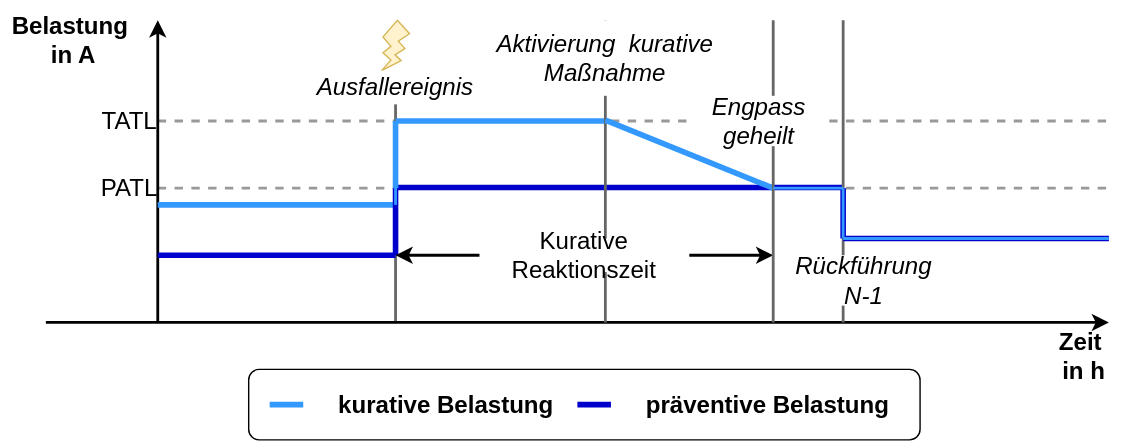
This is figures/chapter_2/preventiv_vs._curative_redispatch.svg from nikolaus0812/Masterarbeit-Ausgestaltung-eines-Marktmechanismus-fuer-kurative-Systemfuehrung-zur-Engpassbehebung, a draw.io export, as it was before one commit. Source tidied: cells renumbered, new cells last; positions are measured from the earlier drawing's top-left corner, leaving out a move shared by most shapes.
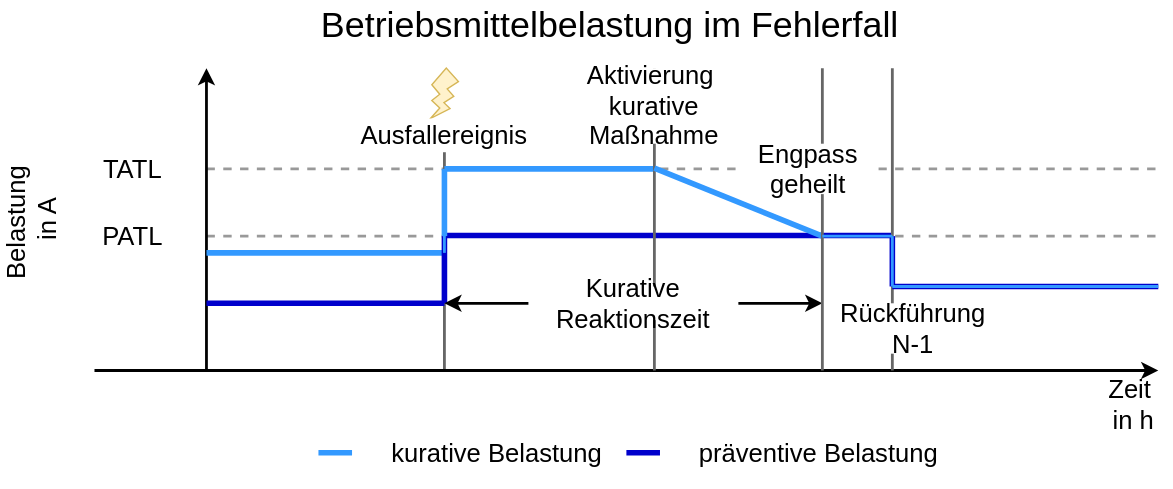
The same file after the commit.

The edit, as a diff of the source:
```diff
@@ -2,135 +2,135 @@
   <root>
     <mxCell id="0" />
     <mxCell id="1" parent="0" />
-    <mxCell id="2" style="rounded=1;whiteSpace=wrap;html=1;" parent="1" vertex="1">
+    <mxCell id="2" style="fillColor=none;strokeColor=none;rounded=1;whiteSpace=wrap;html=1;fontFamily=Helvetica;" parent="1" vertex="1">
       <mxGeometry x="177" y="263.6" width="480" height="50.4" as="geometry" />
     </mxCell>
-    <mxCell id="3" style="endArrow=none;rounded=0;dashed=1;strokeColor=#999999;shadow=0;strokeWidth=2;entryX=1;entryY=0.5;entryDx=0;entryDy=0;" parent="1" edge="1" target="36">
+    <mxCell id="3" style="endArrow=none;rounded=0;dashed=1;strokeColor=#999999;shadow=0;strokeWidth=2;entryX=1;entryY=0.5;entryDx=0;entryDy=0;fontFamily=Helvetica;" parent="1" edge="1" target="36">
       <mxGeometry relative="1" as="geometry">
         <mxPoint x="112" y="86" as="sourcePoint" />
       </mxGeometry>
     </mxCell>
-    <mxCell id="4" style="endArrow=none;rounded=0;fillColor=#f8cecc;strokeColor=#666666;strokeWidth=2;" parent="1" edge="1" target="34">
+    <mxCell id="4" style="endArrow=none;rounded=0;fillColor=#f8cecc;strokeColor=#666666;strokeWidth=2;fontFamily=Helvetica;" parent="1" edge="1" target="34">
       <mxGeometry relative="1" as="geometry">
         <mxPoint x="282" y="230" as="sourcePoint" />
       </mxGeometry>
     </mxCell>
-    <mxCell id="5" style="endArrow=none;rounded=0;fillColor=#f8cecc;strokeColor=#666666;strokeWidth=2;" parent="1" edge="1" source="34" target="27">
+    <mxCell id="5" style="endArrow=none;rounded=0;fillColor=#f8cecc;strokeColor=#666666;strokeWidth=2;fontFamily=Helvetica;" parent="1" edge="1" source="34" target="27">
       <mxGeometry relative="1" as="geometry" />
     </mxCell>
-    <mxCell id="6" style="endArrow=none;rounded=0;dashed=1;strokeColor=#999999;shadow=0;strokeWidth=2;" parent="1" edge="1" source="36">
+    <mxCell id="6" style="endArrow=none;rounded=0;dashed=1;strokeColor=#999999;shadow=0;strokeWidth=2;fontFamily=Helvetica;" parent="1" edge="1" source="36">
       <mxGeometry relative="1" as="geometry">
         <mxPoint x="792" y="86" as="targetPoint" />
       </mxGeometry>
     </mxCell>
-    <mxCell id="7" style="endArrow=none;rounded=0;dashed=1;strokeColor=#999999;shadow=0;strokeWidth=2;" parent="1" edge="1">
+    <mxCell id="7" style="endArrow=none;rounded=0;dashed=1;strokeColor=#999999;shadow=0;strokeWidth=2;fontFamily=Helvetica;" parent="1" edge="1">
       <mxGeometry relative="1" as="geometry">
         <mxPoint x="112" y="134" as="sourcePoint" />
         <mxPoint x="792" y="134" as="targetPoint" />
       </mxGeometry>
     </mxCell>
-    <mxCell id="8" style="endArrow=classic;rounded=0;strokeWidth=2;" parent="1" edge="1">
+    <mxCell id="8" style="endArrow=classic;rounded=0;strokeWidth=2;fontFamily=Helvetica;" parent="1" edge="1">
       <mxGeometry relative="1" as="geometry">
         <mxPoint x="112" y="230" as="sourcePoint" />
         <mxPoint x="112" y="14" as="targetPoint" />
       </mxGeometry>
     </mxCell>
-    <mxCell id="9" style="endArrow=classic;rounded=0;strokeWidth=2;" parent="1" edge="1">
+    <mxCell id="9" style="endArrow=classic;rounded=0;strokeWidth=2;fontFamily=Helvetica;" parent="1" edge="1">
       <mxGeometry relative="1" as="geometry">
         <mxPoint x="32" y="230" as="sourcePoint" />
         <mxPoint x="792" y="230" as="targetPoint" />
       </mxGeometry>
     </mxCell>
-    <mxCell id="10" value="Zeit&#10; in h" style="text;whiteSpace=wrap;strokeColor=none;fillColor=none;align=center;verticalAlign=middle;rounded=0;rotation=0;fontStyle=1;fontSize=17.2;fontFamily=Helvetica;" parent="1" vertex="1">
+    <mxCell id="10" value="Zeit&#10; in h" style="text;whiteSpace=wrap;strokeColor=none;fillColor=none;align=center;verticalAlign=middle;rounded=0;rotation=0;fontStyle=0;fontSize=18.3;fontFamily=Helvetica;" parent="1" vertex="1">
       <mxGeometry x="742" y="230" width="60" height="48" as="geometry" />
     </mxCell>
-    <mxCell id="11" value="Belastung &#10;in A" style="text;whiteSpace=wrap;strokeColor=none;fillColor=none;align=center;verticalAlign=middle;rounded=0;fontStyle=1;fontSize=17.2;fontFamily=Arial;" parent="1" vertex="1">
-      <mxGeometry y="-0.4" width="104" height="57.6" as="geometry" />
+    <mxCell id="11" value="Belastung &#10;in A" style="text;whiteSpace=wrap;strokeColor=none;fillColor=none;align=center;verticalAlign=middle;rounded=0;fontStyle=0;fontSize=18.3;fontFamily=Helvetica;rotation=-90;" parent="1" vertex="1">
+      <mxGeometry x="-93" y="104" width="160" height="36" as="geometry" />
     </mxCell>
-    <mxCell id="12" style="endArrow=none;rounded=0;fillColor=#f8cecc;strokeColor=#666666;strokeWidth=2;" parent="1" edge="1" source="27">
+    <mxCell id="12" style="endArrow=none;rounded=0;fillColor=#f8cecc;strokeColor=#666666;strokeWidth=2;fontFamily=Helvetica;" parent="1" edge="1" source="27">
       <mxGeometry relative="1" as="geometry">
         <mxPoint x="282" y="14" as="targetPoint" />
       </mxGeometry>
     </mxCell>
-    <mxCell id="13" style="endArrow=none;rounded=0;fillColor=#6666FF;strokeColor=#0000CC;strokeWidth=4;" parent="1" edge="1">
+    <mxCell id="13" style="endArrow=none;rounded=0;fillColor=#6666FF;strokeColor=#0000CC;strokeWidth=4;fontFamily=Helvetica;" parent="1" edge="1">
       <mxGeometry relative="1" as="geometry">
         <mxPoint x="112" y="182" as="sourcePoint" />
         <mxPoint x="282" y="182" as="targetPoint" />
       </mxGeometry>
     </mxCell>
-    <mxCell id="14" style="endArrow=none;rounded=0;fillColor=#6666FF;strokeColor=#0000CC;strokeWidth=4;" parent="1" edge="1">
+    <mxCell id="14" style="endArrow=none;rounded=0;fillColor=#6666FF;strokeColor=#0000CC;strokeWidth=4;fontFamily=Helvetica;" parent="1" edge="1">
       <mxGeometry relative="1" as="geometry">
         <mxPoint x="282" y="133.5" as="sourcePoint" />
         <mxPoint x="602" y="133.5" as="targetPoint" />
       </mxGeometry>
     </mxCell>
-    <mxCell id="15" style="endArrow=none;rounded=0;fillColor=#f8cecc;strokeColor=#666666;strokeWidth=2;" parent="1" edge="1">
+    <mxCell id="15" style="endArrow=none;rounded=0;fillColor=#f8cecc;strokeColor=#666666;strokeWidth=2;fontFamily=Helvetica;" parent="1" edge="1">
       <mxGeometry relative="1" as="geometry">
         <mxPoint x="602" y="230" as="sourcePoint" />
         <mxPoint x="602" y="14" as="targetPoint" />
       </mxGeometry>
     </mxCell>
-    <mxCell id="16" style="endArrow=none;rounded=0;fillColor=#6666FF;strokeColor=#3399FF;strokeWidth=4;" parent="1" edge="1">
+    <mxCell id="16" style="endArrow=none;rounded=0;fillColor=#6666FF;strokeColor=#3399FF;strokeWidth=4;fontFamily=Helvetica;" parent="1" edge="1">
       <mxGeometry relative="1" as="geometry">
         <mxPoint x="112" y="146" as="sourcePoint" />
         <mxPoint x="282" y="146" as="targetPoint" />
       </mxGeometry>
     </mxCell>
-    <mxCell id="17" style="endArrow=none;rounded=0;fillColor=#6666FF;strokeColor=#3399FF;strokeWidth=4;" parent="1" edge="1">
+    <mxCell id="17" style="endArrow=none;rounded=0;fillColor=#6666FF;strokeColor=#3399FF;strokeWidth=4;fontFamily=Helvetica;" parent="1" edge="1">
       <mxGeometry relative="1" as="geometry">
         <mxPoint x="282" y="86" as="sourcePoint" />
         <mxPoint x="432" y="86" as="targetPoint" />
       </mxGeometry>
     </mxCell>
-    <mxCell id="18" style="endArrow=none;rounded=0;fillColor=#6666FF;strokeColor=#0000CC;strokeWidth=4;" parent="1" edge="1">
+    <mxCell id="18" style="endArrow=none;rounded=0;fillColor=#6666FF;strokeColor=#0000CC;strokeWidth=4;fontFamily=Helvetica;" parent="1" edge="1">
       <mxGeometry relative="1" as="geometry">
         <mxPoint x="602" y="170" as="sourcePoint" />
         <mxPoint x="792" y="170" as="targetPoint" />
       </mxGeometry>
     </mxCell>
-    <mxCell id="19" value="TATL" style="text;whiteSpace=wrap;strokeColor=none;fillColor=none;align=center;verticalAlign=middle;rounded=0;fontStyle=0;fontSize=17.2;fontFamily=Helvetica;" parent="1" vertex="1">
-      <mxGeometry x="62" y="62" width="60" height="48" as="geometry" />
+    <mxCell id="19" value="TATL" style="text;whiteSpace=wrap;strokeColor=none;fillColor=none;align=center;verticalAlign=middle;rounded=0;fontStyle=0;fontSize=18.3;fontFamily=Helvetica;" parent="1" vertex="1">
+      <mxGeometry x="17" y="62" width="85" height="48" as="geometry" />
     </mxCell>
-    <mxCell id="20" value="PATL" style="text;whiteSpace=wrap;strokeColor=none;fillColor=none;align=center;verticalAlign=middle;rounded=0;fontStyle=0;fontSize=17.2;fontFamily=Helvetica;" parent="1" vertex="1">
-      <mxGeometry x="62" y="110" width="60" height="48" as="geometry" />
+    <mxCell id="20" value="PATL" style="text;whiteSpace=wrap;strokeColor=none;fillColor=none;align=center;verticalAlign=middle;rounded=0;fontStyle=0;fontSize=18.3;fontFamily=Helvetica;" parent="1" vertex="1">
+      <mxGeometry x="17" y="110" width="85" height="48" as="geometry" />
     </mxCell>
-    <mxCell id="21" style="endArrow=none;rounded=0;fillColor=#f8cecc;strokeColor=#666666;strokeWidth=2;" parent="1" edge="1">
+    <mxCell id="21" style="endArrow=none;rounded=0;fillColor=#f8cecc;strokeColor=#666666;strokeWidth=2;fontFamily=Helvetica;" parent="1" edge="1">
       <mxGeometry relative="1" as="geometry">
         <mxPoint x="432" y="230" as="sourcePoint" />
         <mxPoint x="432" y="14" as="targetPoint" />
       </mxGeometry>
     </mxCell>
-    <mxCell id="22" value="Aktivierung  kurative Maßnahme" style="text;whiteSpace=wrap;strokeColor=none;fillColor=default;align=center;verticalAlign=middle;rounded=0;fontStyle=2;fontSize=17.2;fontFamily=Helvetica;" parent="1" vertex="1">
+    <mxCell id="22" value="Aktivierung  kurative Maßnahme" style="text;whiteSpace=wrap;strokeColor=none;fillColor=default;align=center;verticalAlign=middle;rounded=0;fontStyle=0;fontSize=18.3;fontFamily=Helvetica;" parent="1" vertex="1">
       <mxGeometry x="352" y="14" width="160" height="54" as="geometry" />
     </mxCell>
-    <mxCell id="23" style="endArrow=none;rounded=0;fillColor=#6666FF;strokeColor=#3399FF;strokeWidth=4;" parent="1" edge="1">
+    <mxCell id="23" style="endArrow=none;rounded=0;fillColor=#6666FF;strokeColor=#3399FF;strokeWidth=4;fontFamily=Helvetica;" parent="1" edge="1">
       <mxGeometry relative="1" as="geometry">
         <mxPoint x="432" y="85.4" as="sourcePoint" />
         <mxPoint x="552" y="134" as="targetPoint" />
       </mxGeometry>
     </mxCell>
-    <mxCell id="24" style="endArrow=none;rounded=0;fillColor=#6666FF;strokeColor=#0000CC;strokeWidth=4;" parent="1" edge="1">
+    <mxCell id="24" style="endArrow=none;rounded=0;fillColor=#6666FF;strokeColor=#0000CC;strokeWidth=4;fontFamily=Helvetica;" parent="1" edge="1">
       <mxGeometry relative="1" as="geometry">
         <mxPoint x="282" y="182" as="sourcePoint" />
         <mxPoint x="282" y="134" as="targetPoint" />
       </mxGeometry>
     </mxCell>
-    <mxCell id="25" style="endArrow=none;rounded=0;fillColor=#6666FF;strokeColor=#3399FF;strokeWidth=4;" parent="1" edge="1">
+    <mxCell id="25" style="endArrow=none;rounded=0;fillColor=#6666FF;strokeColor=#3399FF;strokeWidth=4;fontFamily=Helvetica;" parent="1" edge="1">
       <mxGeometry relative="1" as="geometry">
         <mxPoint x="282" y="134" as="sourcePoint" />
         <mxPoint x="282" y="86" as="targetPoint" />
       </mxGeometry>
     </mxCell>
-    <mxCell id="26" style="endArrow=none;rounded=0;fillColor=#6666FF;strokeColor=#0000CC;strokeWidth=4;" parent="1" edge="1">
+    <mxCell id="26" style="endArrow=none;rounded=0;fillColor=#6666FF;strokeColor=#0000CC;strokeWidth=4;fontFamily=Helvetica;" parent="1" edge="1">
       <mxGeometry relative="1" as="geometry">
         <mxPoint x="602" y="134" as="sourcePoint" />
         <mxPoint x="602" y="170" as="targetPoint" />
       </mxGeometry>
     </mxCell>
-    <mxCell id="27" style="verticalLabelPosition=bottom;verticalAlign=top;html=1;shape=mxgraph.basic.flash;fillColor=#fff2cc;strokeColor=#d6b656;" parent="1" vertex="1">
+    <mxCell id="27" style="verticalLabelPosition=bottom;verticalAlign=top;html=1;shape=mxgraph.basic.flash;fillColor=#fff2cc;strokeColor=#d6b656;fontFamily=Helvetica;" parent="1" vertex="1">
       <mxGeometry x="272" y="14" width="20" height="36" as="geometry" />
     </mxCell>
-    <mxCell id="28" style="endArrow=none;rounded=0;fillColor=#6666FF;strokeColor=#3399FF;strokeWidth=4;" parent="1" edge="1">
+    <mxCell id="28" style="endArrow=none;rounded=0;fillColor=#6666FF;strokeColor=#3399FF;strokeWidth=4;fontFamily=Helvetica;" parent="1" edge="1">
       <mxGeometry relative="1" as="geometry">
         <mxPoint x="192" y="288.8" as="sourcePoint" />
         <mxPoint x="216" y="288.8" as="targetPoint" />
@@ -139,65 +139,68 @@
         </Array>
       </mxGeometry>
     </mxCell>
-    <mxCell id="29" style="endArrow=none;rounded=0;fillColor=#6666FF;strokeColor=#0000CC;strokeWidth=4;" parent="1" edge="1">
+    <mxCell id="29" style="endArrow=none;rounded=0;fillColor=#6666FF;strokeColor=#0000CC;strokeWidth=4;fontFamily=Helvetica;" parent="1" edge="1">
       <mxGeometry relative="1" as="geometry">
         <mxPoint x="412" y="288.8" as="sourcePoint" />
         <mxPoint x="436" y="288.8" as="targetPoint" />
       </mxGeometry>
     </mxCell>
-    <mxCell id="30" value="kurative Belastung " style="text;whiteSpace=wrap;strokeColor=none;fillColor=none;align=right;verticalAlign=middle;rounded=0;fontStyle=1;fontSize=17.2;fontFamily=Helvetica;" parent="1" vertex="1">
+    <mxCell id="30" value="kurative Belastung " style="text;whiteSpace=wrap;strokeColor=none;fillColor=none;align=right;verticalAlign=middle;rounded=0;fontStyle=0;fontSize=18.3;fontFamily=Helvetica;" parent="1" vertex="1">
       <mxGeometry x="222" y="263.6" width="180" height="50.4" as="geometry" />
     </mxCell>
-    <mxCell id="31" value="präventive Belastung " style="text;whiteSpace=wrap;strokeColor=none;fillColor=none;align=right;verticalAlign=middle;rounded=0;fontStyle=1;fontSize=17.2;fontFamily=Helvetica;" parent="1" vertex="1">
+    <mxCell id="31" value="präventive Belastung " style="text;whiteSpace=wrap;strokeColor=none;fillColor=none;align=right;verticalAlign=middle;rounded=0;fontStyle=0;fontSize=18.3;fontFamily=Helvetica;" parent="1" vertex="1">
       <mxGeometry x="442" y="263.6" width="200" height="50.4" as="geometry" />
     </mxCell>
-    <mxCell id="32" style="endArrow=classic;startArrow=classic;html=1;rounded=0;strokeWidth=2;" parent="1" edge="1">
+    <mxCell id="32" style="endArrow=classic;startArrow=classic;html=1;rounded=0;strokeWidth=2;fontFamily=Helvetica;" parent="1" edge="1">
       <mxGeometry relative="1" as="geometry">
         <mxPoint x="282" y="182" as="sourcePoint" />
         <mxPoint x="552" y="182" as="targetPoint" />
       </mxGeometry>
     </mxCell>
-    <mxCell id="33" style="endArrow=none;rounded=0;fillColor=#f8cecc;strokeColor=#666666;strokeWidth=2;" parent="1" edge="1">
+    <mxCell id="33" style="endArrow=none;rounded=0;fillColor=#f8cecc;strokeColor=#666666;strokeWidth=2;fontFamily=Helvetica;" parent="1" edge="1">
       <mxGeometry relative="1" as="geometry">
         <mxPoint x="552" y="230" as="sourcePoint" />
         <mxPoint x="552" y="14" as="targetPoint" />
       </mxGeometry>
     </mxCell>
-    <mxCell id="34" value="Ausfallereignis" style="text;whiteSpace=wrap;strokeColor=none;fillColor=default;align=center;verticalAlign=middle;rounded=0;fontStyle=2;fontSize=17.2;fontFamily=Helvetica;" parent="1" vertex="1">
+    <mxCell id="34" value="Ausfallereignis" style="text;whiteSpace=wrap;strokeColor=none;fillColor=default;align=center;verticalAlign=middle;rounded=0;fontStyle=0;fontSize=18.3;fontFamily=Helvetica;" parent="1" vertex="1">
       <mxGeometry x="232" y="50" width="100" height="24" as="geometry" />
     </mxCell>
-    <mxCell id="35" value="Rückführung N-1" style="text;whiteSpace=wrap;strokeColor=none;fillColor=default;align=center;verticalAlign=middle;rounded=0;fontStyle=2;fontSize=17.2;fontFamily=Helvetica;" parent="1" vertex="1">
+    <mxCell id="35" value="Rückführung N-1" style="text;whiteSpace=wrap;strokeColor=none;fillColor=default;align=center;verticalAlign=middle;rounded=0;fontStyle=0;fontSize=18.3;fontFamily=Helvetica;" parent="1" vertex="1">
       <mxGeometry x="562" y="182" width="110" height="36" as="geometry" />
     </mxCell>
-    <mxCell id="36" value="Engpass geheilt" style="text;whiteSpace=wrap;strokeColor=none;fillColor=default;align=center;verticalAlign=middle;rounded=0;fontStyle=2;fontSize=17.2;fontFamily=Helvetica;" parent="1" vertex="1">
+    <mxCell id="36" value="Engpass geheilt" style="text;whiteSpace=wrap;strokeColor=none;fillColor=default;align=center;verticalAlign=middle;rounded=0;fontStyle=0;fontSize=18.3;fontFamily=Helvetica;" parent="1" vertex="1">
       <mxGeometry x="492" y="68" width="100" height="36" as="geometry" />
     </mxCell>
-    <mxCell id="37" style="endArrow=none;rounded=0;fillColor=#6666FF;strokeColor=#3399FF;strokeWidth=2;" parent="1" edge="1">
+    <mxCell id="37" style="endArrow=none;rounded=0;fillColor=#6666FF;strokeColor=#3399FF;strokeWidth=2;fontFamily=Helvetica;" parent="1" edge="1">
       <mxGeometry relative="1" as="geometry">
         <mxPoint x="552" y="134" as="sourcePoint" />
         <mxPoint x="602" y="134" as="targetPoint" />
       </mxGeometry>
     </mxCell>
-    <mxCell id="38" style="endArrow=none;rounded=0;fillColor=#6666FF;strokeColor=#3399FF;strokeWidth=2;" parent="1" edge="1">
+    <mxCell id="38" style="endArrow=none;rounded=0;fillColor=#6666FF;strokeColor=#3399FF;strokeWidth=2;fontFamily=Helvetica;" parent="1" edge="1">
       <mxGeometry relative="1" as="geometry">
         <mxPoint x="602" y="134" as="sourcePoint" />
         <mxPoint x="602" y="170" as="targetPoint" />
       </mxGeometry>
     </mxCell>
-    <mxCell id="39" style="endArrow=none;rounded=0;fillColor=#6666FF;strokeColor=#3399FF;strokeWidth=2;" parent="1" edge="1">
+    <mxCell id="39" style="endArrow=none;rounded=0;fillColor=#6666FF;strokeColor=#3399FF;strokeWidth=2;fontFamily=Helvetica;" parent="1" edge="1">
       <mxGeometry relative="1" as="geometry">
         <mxPoint x="602" y="170" as="sourcePoint" />
         <mxPoint x="792" y="170" as="targetPoint" />
       </mxGeometry>
     </mxCell>
-    <mxCell id="40" value="Kurative Reaktionszeit" style="text;whiteSpace=wrap;strokeColor=none;fillColor=default;align=center;verticalAlign=middle;rounded=0;fontStyle=0;fontSize=17.2;fontFamily=Helvetica;" parent="1" vertex="1">
+    <mxCell id="40" value="Kurative Reaktionszeit" style="text;whiteSpace=wrap;strokeColor=none;fillColor=default;align=center;verticalAlign=middle;rounded=0;fontStyle=0;fontSize=18.3;fontFamily=Helvetica;" parent="1" vertex="1">
       <mxGeometry x="342" y="170" width="150" height="24" as="geometry" />
     </mxCell>
-    <mxCell id="41" style="endArrow=none;rounded=0;fillColor=#6666FF;strokeColor=#3399FF;strokeWidth=2;" parent="1" edge="1">
+    <mxCell id="41" style="endArrow=none;rounded=0;fillColor=#6666FF;strokeColor=#3399FF;strokeWidth=2;fontFamily=Helvetica;" parent="1" edge="1">
       <mxGeometry relative="1" as="geometry">
         <mxPoint x="282" y="146" as="sourcePoint" />
         <mxPoint x="282" y="122" as="targetPoint" />
       </mxGeometry>
     </mxCell>
+    <mxCell id="42" value="Betriebsmittelbelastung im Fehlerfall" style="text;html=1;align=center;verticalAlign=middle;fontFamily=Helvetica;fontSize=25.6;fontStyle=0;" parent="1" vertex="1">
+      <mxGeometry y="-34" width="800" height="34" as="geometry" />
+    </mxCell>
   </root>
 </mxGraphModel>
```
